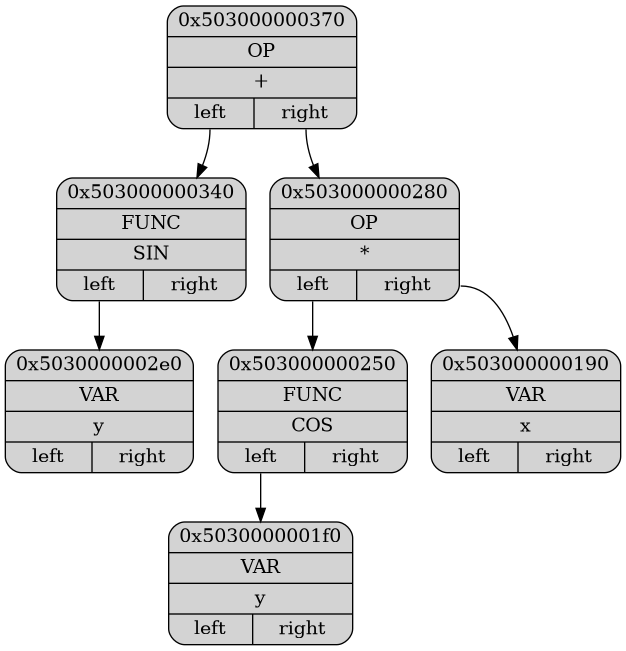
Before: Dump/dump.png, a diagram exported from Graphviz (ashqqy/Differentiation). Its source is kept beside it as Dump/dump.dot.
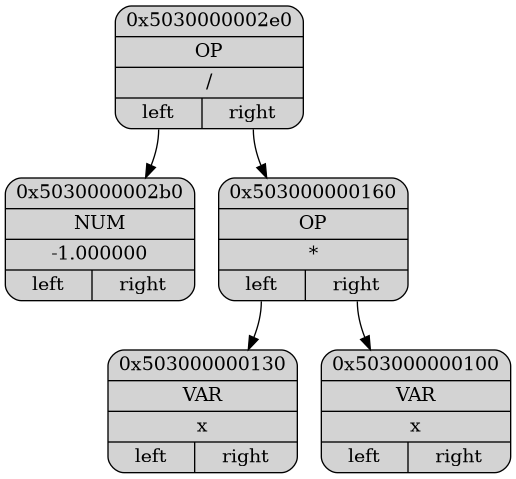
The same file after the commit.

Diff of the diagram source:
```diff
@@ -2,18 +2,14 @@
 {
 node[shape="record", style="rounded, filled"];
 
-p0x503000000370[label = "{ <ptr> 0x503000000370 |<type> OP | <data>+| { <l>left|<r>right } }"];
-p0x503000000340[label = "{ <ptr> 0x503000000340 |<type> FUNC | <data>SIN| { <l>left|<r>right } }"];
-p0x5030000002e0[label = "{ <ptr> 0x5030000002e0 |<type> VAR | <data>y| { <l>left|<r>right } }"];
-p0x503000000280[label = "{ <ptr> 0x503000000280 |<type> OP | <data>*| { <l>left|<r>right } }"];
-p0x503000000250[label = "{ <ptr> 0x503000000250 |<type> FUNC | <data>COS| { <l>left|<r>right } }"];
-p0x5030000001f0[label = "{ <ptr> 0x5030000001f0 |<type> VAR | <data>y| { <l>left|<r>right } }"];
-p0x503000000190[label = "{ <ptr> 0x503000000190 |<type> VAR | <data>x| { <l>left|<r>right } }"];
+p0x5030000002e0[label = "{ <ptr> 0x5030000002e0 |<type> OP | <data>/| { <l>left|<r>right } }"];
+p0x5030000002b0[label = "{ <ptr> 0x5030000002b0 |<type> NUM | <data>-1.000000| { <l>left|<r>right } }"];
+p0x503000000160[label = "{ <ptr> 0x503000000160 |<type> OP | <data>*| { <l>left|<r>right } }"];
+p0x503000000130[label = "{ <ptr> 0x503000000130 |<type> VAR | <data>x| { <l>left|<r>right } }"];
+p0x503000000100[label = "{ <ptr> 0x503000000100 |<type> VAR | <data>x| { <l>left|<r>right } }"];
 
-p0x503000000370:<l> -> p0x503000000340
-p0x503000000340:<l> -> p0x5030000002e0
-p0x503000000370:<r> -> p0x503000000280
-p0x503000000280:<l> -> p0x503000000250
-p0x503000000250:<l> -> p0x5030000001f0
-p0x503000000280:<r> -> p0x503000000190
+p0x5030000002e0:<l> -> p0x5030000002b0
+p0x5030000002e0:<r> -> p0x503000000160
+p0x503000000160:<l> -> p0x503000000130
+p0x503000000160:<r> -> p0x503000000100
 }
```
